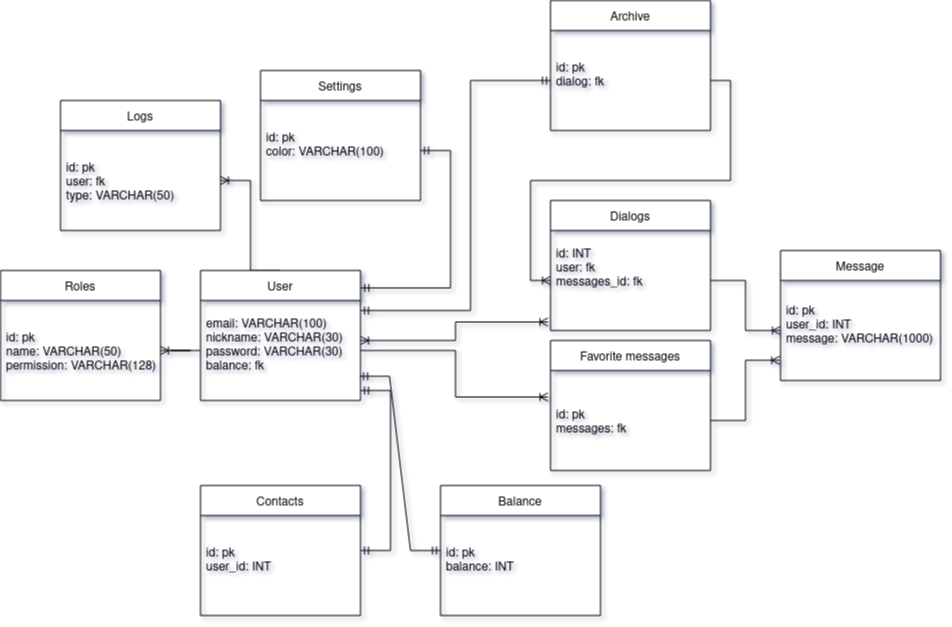
This is db_final_scheme.png from Arrkadique/db-Labs, a draw.io export, as it was before one commit. Source tidied: cells renumbered, new cells last; positions are measured from the earlier drawing's top-left corner, leaving out a move shared by most shapes.
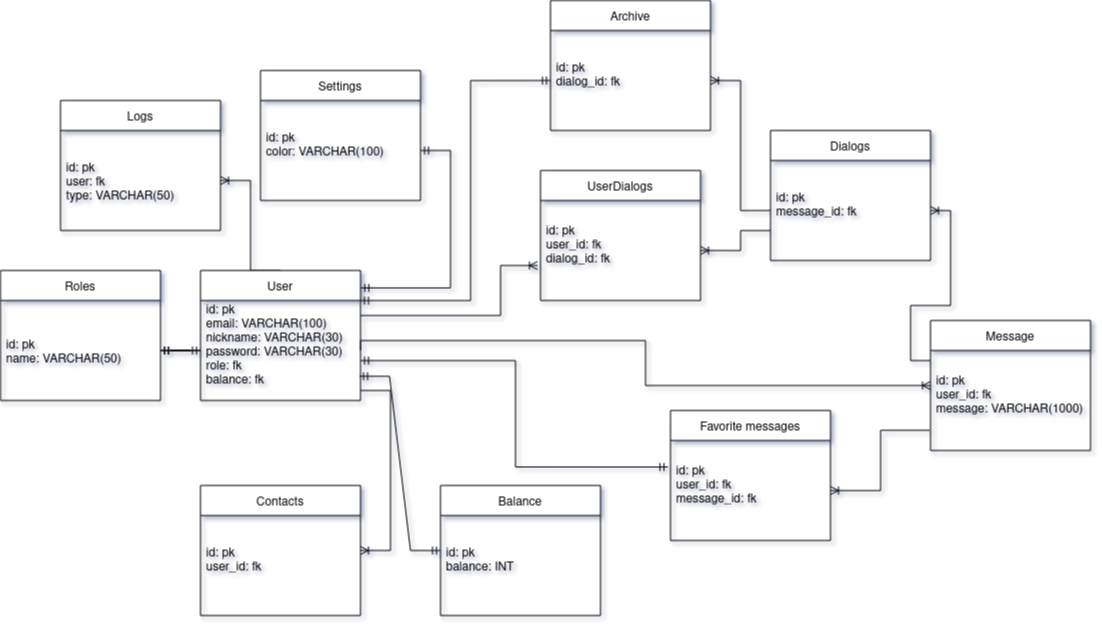
The same diagram one commit later.

Change to the diagram source:
```diff
@@ -8,19 +8,27 @@
     <mxCell id="3" style="edgeStyle=entityRelationEdgeStyle;rounded=0;jettySize=auto;html=1;startArrow=ERmandOne;startFill=0;endArrow=ERmandOne;endFill=0;exitX=1.002;exitY=0.134;exitDx=0;exitDy=0;exitPerimeter=0;" parent="1" edge="1" source="4" target="12">
       <mxGeometry relative="1" as="geometry" />
     </mxCell>
+    <mxCell id="33" style="edgeStyle=orthogonalEdgeStyle;rounded=0;jettySize=auto;html=1;entryX=-0.019;entryY=0.65;entryDx=0;entryDy=0;entryPerimeter=0;startArrow=none;startFill=0;endArrow=ERoneToMany;endFill=0;" parent="1" edge="1" source="4" target="36">
+      <mxGeometry relative="1" as="geometry">
+        <Array as="points">
+          <mxPoint x="500" y="315" />
+          <mxPoint x="500" y="265" />
+        </Array>
+      </mxGeometry>
+    </mxCell>
     <mxCell id="4" value="User" style="swimlane;fontStyle=0;horizontal=1;startSize=30;" parent="1" vertex="1">
       <mxGeometry x="200" y="270" width="160" height="130" as="geometry" />
     </mxCell>
-    <mxCell id="5" value="email: VARCHAR(100)&#10;nickname: VARCHAR(30)&#10;password: VARCHAR(30)&#10;balance: fk&#10;" style="text;strokeColor=none;fillColor=none;align=left;verticalAlign=middle;spacingLeft=4;spacingRight=4;overflow=hidden;points=[[0,0.5],[1,0.5]];portConstraint=eastwest;" parent="4" vertex="1">
+    <mxCell id="5" value="id: pk&#10;email: VARCHAR(100)&#10;nickname: VARCHAR(30)&#10;password: VARCHAR(30)&#10;role: fk&#10;balance: fk&#10;" style="text;strokeColor=none;fillColor=none;align=left;verticalAlign=middle;spacingLeft=4;spacingRight=4;overflow=hidden;points=[[0,0.5],[1,0.5]];portConstraint=eastwest;" parent="4" vertex="1">
       <mxGeometry y="30" width="160" height="100" as="geometry" />
     </mxCell>
     <mxCell id="6" value="Roles" style="swimlane;fontStyle=0;horizontal=1;startSize=30;" parent="1" vertex="1">
       <mxGeometry y="270" width="160" height="130" as="geometry" />
     </mxCell>
-    <mxCell id="7" value="id: pk&#10;name: VARCHAR(50)&#10;permission: VARCHAR(128)" style="text;strokeColor=none;fillColor=none;align=left;verticalAlign=middle;spacingLeft=4;spacingRight=4;overflow=hidden;points=[[0,0.5],[1,0.5]];portConstraint=eastwest;" parent="6" vertex="1">
+    <mxCell id="7" value="id: pk&#10;name: VARCHAR(50)" style="text;strokeColor=none;fillColor=none;align=left;verticalAlign=middle;spacingLeft=4;spacingRight=4;overflow=hidden;points=[[0,0.5],[1,0.5]];portConstraint=eastwest;" parent="6" vertex="1">
       <mxGeometry y="30" width="160" height="100" as="geometry" />
     </mxCell>
-    <mxCell id="8" style="edgeStyle=entityRelationEdgeStyle;rounded=0;jettySize=auto;html=1;startArrow=none;startFill=0;endArrow=ERoneToMany;endFill=0;" parent="1" edge="1" source="5" target="7">
+    <mxCell id="8" style="edgeStyle=entityRelationEdgeStyle;rounded=0;jettySize=auto;html=1;startArrow=none;startFill=0;endArrow=ERmandOne;endFill=0;" parent="1" edge="1" source="5" target="7">
       <mxGeometry relative="1" as="geometry" />
     </mxCell>
     <mxCell id="9" value="Logs" style="swimlane;fontStyle=0;horizontal=1;startSize=30;" parent="1" vertex="1">
@@ -44,66 +52,96 @@
     <mxCell id="15" value="id: pk&#10;balance: INT&#10;" style="text;strokeColor=none;fillColor=none;align=left;verticalAlign=middle;spacingLeft=4;spacingRight=4;overflow=hidden;" parent="14" vertex="1">
       <mxGeometry y="30" width="160" height="100" as="geometry" />
     </mxCell>
-    <mxCell id="16" style="edgeStyle=orthogonalEdgeStyle;rounded=0;jettySize=auto;html=1;entryX=0;entryY=0.5;entryDx=0;entryDy=0;startArrow=none;startFill=0;endArrow=ERoneToMany;endFill=0;exitX=1;exitY=0.5;exitDx=0;exitDy=0;" parent="1" edge="1" source="18" target="23">
+    <mxCell id="16" style="edgeStyle=orthogonalEdgeStyle;rounded=0;jettySize=auto;html=1;entryX=0;entryY=0.5;entryDx=0;entryDy=0;startArrow=ERoneToMany;startFill=0;endArrow=none;endFill=0;exitX=1;exitY=0.5;exitDx=0;exitDy=0;" parent="1" edge="1" source="18" target="23">
       <mxGeometry relative="1" as="geometry" />
     </mxCell>
     <mxCell id="17" value="Archive" style="swimlane;fontStyle=0;horizontal=1;startSize=30;" parent="1" vertex="1">
       <mxGeometry x="550" width="160" height="130" as="geometry" />
     </mxCell>
-    <mxCell id="18" value="id: pk&#10;dialog: fk&#10;" style="text;strokeColor=none;fillColor=none;align=left;verticalAlign=middle;spacingLeft=4;spacingRight=4;overflow=hidden;points=[[0,0.5],[1,0.5]];portConstraint=eastwest;" parent="17" vertex="1">
+    <mxCell id="18" value="id: pk&#10;dialog_id: fk&#10;" style="text;strokeColor=none;fillColor=none;align=left;verticalAlign=middle;spacingLeft=4;spacingRight=4;overflow=hidden;points=[[0,0.5],[1,0.5]];portConstraint=eastwest;" parent="17" vertex="1">
       <mxGeometry y="30" width="160" height="100" as="geometry" />
     </mxCell>
-    <mxCell id="19" style="edgeStyle=entityRelationEdgeStyle;rounded=0;jettySize=auto;html=1;entryX=1;entryY=0.9;entryDx=0;entryDy=0;entryPerimeter=0;startArrow=ERmandOne;startFill=0;endArrow=ERmandOne;endFill=0;" parent="1" edge="1" source="20" target="5">
+    <mxCell id="19" style="edgeStyle=entityRelationEdgeStyle;rounded=0;jettySize=auto;html=1;entryX=1;entryY=0.9;entryDx=0;entryDy=0;entryPerimeter=0;startArrow=ERoneToMany;startFill=0;endArrow=none;endFill=0;" parent="1" edge="1" source="20" target="5">
       <mxGeometry relative="1" as="geometry" />
     </mxCell>
     <mxCell id="20" value="Contacts" style="swimlane;fontStyle=0;horizontal=1;startSize=30;" parent="1" vertex="1">
       <mxGeometry x="200" y="485" width="160" height="130" as="geometry" />
     </mxCell>
-    <mxCell id="21" value="id: pk&#10;user_id: INT&#10;" style="text;strokeColor=none;fillColor=none;align=left;verticalAlign=middle;spacingLeft=4;spacingRight=4;overflow=hidden;" parent="20" vertex="1">
+    <mxCell id="21" value="id: pk&#10;user_id: fk&#10;" style="text;strokeColor=none;fillColor=none;align=left;verticalAlign=middle;spacingLeft=4;spacingRight=4;overflow=hidden;" parent="20" vertex="1">
       <mxGeometry y="30" width="160" height="100" as="geometry" />
     </mxCell>
     <mxCell id="22" value="Dialogs" style="swimlane;fontStyle=0;horizontal=1;startSize=30;" parent="1" vertex="1">
-      <mxGeometry x="550" y="200" width="160" height="130" as="geometry" />
+      <mxGeometry x="770" y="130" width="160" height="130" as="geometry" />
     </mxCell>
-    <mxCell id="23" value="id: INT &#10;user: fk&#10;messages_id: fk&#10;&#10;" style="text;strokeColor=none;fillColor=none;align=left;verticalAlign=middle;spacingLeft=4;spacingRight=4;overflow=hidden;points=[[0,0.5],[1,0.5]];portConstraint=eastwest;" parent="22" vertex="1">
+    <mxCell id="23" value="id: pk&#10;message_id: fk&#10;" style="text;strokeColor=none;fillColor=none;align=left;verticalAlign=middle;spacingLeft=4;spacingRight=4;overflow=hidden;points=[[0,0.5],[1,0.5]];portConstraint=eastwest;" parent="22" vertex="1">
       <mxGeometry y="30" width="160" height="100" as="geometry" />
     </mxCell>
     <mxCell id="24" value="Favorite messages" style="swimlane;fontStyle=0;horizontal=1;startSize=30;" parent="1" vertex="1">
-      <mxGeometry x="550" y="340" width="160" height="130" as="geometry" />
+      <mxGeometry x="670" y="410" width="160" height="130" as="geometry" />
     </mxCell>
-    <mxCell id="25" value="id: pk&#10;messages: fk" style="text;strokeColor=none;fillColor=none;align=left;verticalAlign=middle;spacingLeft=4;spacingRight=4;overflow=hidden;points=[[0,0.5],[1,0.5]];portConstraint=eastwest;" parent="24" vertex="1">
+    <mxCell id="25" value="id: pk&#10;user_id: fk&#10;message_id: fk&#10;" style="text;strokeColor=none;fillColor=none;align=left;verticalAlign=middle;spacingLeft=4;spacingRight=4;overflow=hidden;points=[[0,0.5],[1,0.5]];portConstraint=eastwest;" parent="24" vertex="1">
       <mxGeometry y="30" width="160" height="100" as="geometry" />
     </mxCell>
+    <mxCell id="34" style="edgeStyle=orthogonalEdgeStyle;rounded=0;jettySize=auto;html=1;entryX=1;entryY=0.5;entryDx=0;entryDy=0;startArrow=ERoneToMany;startFill=0;endArrow=none;endFill=0;" parent="1" edge="1" source="26" target="5">
+      <mxGeometry relative="1" as="geometry">
+        <Array as="points">
+          <mxPoint x="645" y="385" />
+          <mxPoint x="645" y="340" />
+          <mxPoint x="360" y="340" />
+        </Array>
+      </mxGeometry>
+    </mxCell>
     <mxCell id="26" value="Message" style="swimlane;fontStyle=0;horizontal=1;startSize=30;" parent="1" vertex="1">
-      <mxGeometry x="780" y="250" width="160" height="130" as="geometry" />
+      <mxGeometry x="930" y="320" width="160" height="130" as="geometry" />
     </mxCell>
-    <mxCell id="27" value="id: pk&#10;user_id: INT&#10;message: VARCHAR(1000)&#10;" style="text;strokeColor=none;fillColor=none;align=left;verticalAlign=middle;spacingLeft=4;spacingRight=4;overflow=hidden;points=[[0,0.5],[1,0.5]];portConstraint=eastwest;" parent="26" vertex="1">
+    <mxCell id="27" value="id: pk&#10;user_id: fk&#10;message: VARCHAR(1000)&#10;" style="text;strokeColor=none;fillColor=none;align=left;verticalAlign=middle;spacingLeft=4;spacingRight=4;overflow=hidden;points=[[0,0.5],[1,0.5]];portConstraint=eastwest;" parent="26" vertex="1">
       <mxGeometry y="30" width="160" height="100" as="geometry" />
     </mxCell>
     <mxCell id="28" style="edgeStyle=orthogonalEdgeStyle;rounded=0;jettySize=auto;html=1;entryX=0;entryY=0.5;entryDx=0;entryDy=0;startArrow=ERmandOne;startFill=0;endArrow=ERmandOne;endFill=0;" parent="1" edge="1" source="5" target="18">
       <mxGeometry relative="1" as="geometry">
         <Array as="points">
-          <mxPoint x="470" y="310" />
+          <mxPoint x="470" y="300" />
           <mxPoint x="470" y="80" />
         </Array>
       </mxGeometry>
     </mxCell>
-    <mxCell id="29" style="edgeStyle=orthogonalEdgeStyle;rounded=0;jettySize=auto;html=1;startArrow=none;startFill=0;endArrow=ERoneToMany;endFill=0;" parent="1" edge="1" source="23" target="27">
-      <mxGeometry relative="1" as="geometry" />
+    <mxCell id="29" style="edgeStyle=orthogonalEdgeStyle;rounded=0;jettySize=auto;html=1;startArrow=ERoneToMany;startFill=0;endArrow=none;endFill=0;" parent="1" edge="1" source="23" target="27">
+      <mxGeometry relative="1" as="geometry">
+        <Array as="points">
+          <mxPoint x="950" y="210" />
+          <mxPoint x="950" y="305" />
+          <mxPoint x="910" y="305" />
+          <mxPoint x="910" y="360" />
+        </Array>
+      </mxGeometry>
     </mxCell>
-    <mxCell id="30" style="edgeStyle=orthogonalEdgeStyle;rounded=0;jettySize=auto;html=1;entryX=-0.005;entryY=0.798;entryDx=0;entryDy=0;entryPerimeter=0;startArrow=none;startFill=0;endArrow=ERoneToMany;endFill=0;" parent="1" edge="1" source="25" target="27">
+    <mxCell id="30" style="edgeStyle=orthogonalEdgeStyle;rounded=0;jettySize=auto;html=1;entryX=-0.005;entryY=0.798;entryDx=0;entryDy=0;entryPerimeter=0;startArrow=ERoneToMany;startFill=0;endArrow=none;endFill=0;" parent="1" edge="1" source="25" target="27">
       <mxGeometry relative="1" as="geometry" />
     </mxCell>
-    <mxCell id="31" style="edgeStyle=orthogonalEdgeStyle;rounded=0;jettySize=auto;html=1;entryX=-0.016;entryY=0.915;entryDx=0;entryDy=0;entryPerimeter=0;startArrow=ERoneToMany;startFill=0;endArrow=ERoneToMany;endFill=0;" parent="1" edge="1" source="5" target="23">
-      <mxGeometry relative="1" as="geometry">
-        <Array as="points">
-          <mxPoint x="455" y="340" />
-          <mxPoint x="455" y="322" />
-        </Array>
-      </mxGeometry>
-    </mxCell>
-    <mxCell id="32" style="edgeStyle=orthogonalEdgeStyle;rounded=0;jettySize=auto;html=1;entryX=-0.016;entryY=0.265;entryDx=0;entryDy=0;entryPerimeter=0;startArrow=none;startFill=0;endArrow=ERoneToMany;endFill=0;" parent="1" edge="1" source="5" target="25">
-      <mxGeometry relative="1" as="geometry" />
+    <mxCell id="32" style="edgeStyle=orthogonalEdgeStyle;rounded=0;jettySize=auto;html=1;entryX=-0.016;entryY=0.265;entryDx=0;entryDy=0;entryPerimeter=0;startArrow=ERmandOne;startFill=0;endArrow=ERmandOne;endFill=0;" parent="1" edge="1" source="5" target="25">
+      <mxGeometry relative="1" as="geometry">
+        <Array as="points">
+          <mxPoint x="515" y="360" />
+          <mxPoint x="515" y="467" />
+        </Array>
+      </mxGeometry>
     </mxCell>
+    <mxCell id="35" value="UserDialogs" style="swimlane;fontStyle=0;horizontal=1;startSize=30;" parent="1" vertex="1">
+      <mxGeometry x="540" y="170" width="160" height="130" as="geometry" />
+    </mxCell>
+    <mxCell id="36" value="id: pk &#10;user_id: fk&#10;dialog_id: fk&#10;" style="text;strokeColor=none;fillColor=none;align=left;verticalAlign=middle;spacingLeft=4;spacingRight=4;overflow=hidden;points=[[0,0.5],[1,0.5]];portConstraint=eastwest;" parent="35" vertex="1">
+      <mxGeometry y="30" width="160" height="100" as="geometry" />
+    </mxCell>
+    <mxCell id="37" style="edgeStyle=orthogonalEdgeStyle;rounded=0;jettySize=auto;html=1;entryX=1;entryY=0.5;entryDx=0;entryDy=0;startArrow=none;startFill=0;endArrow=ERoneToMany;endFill=0;" parent="1" edge="1" source="23" target="36">
+      <mxGeometry relative="1" as="geometry">
+        <Array as="points">
+          <mxPoint x="740" y="230" />
+          <mxPoint x="740" y="250" />
+        </Array>
+      </mxGeometry>
+    </mxCell>
+    <mxCell id="38" style="edgeStyle=orthogonalEdgeStyle;rounded=0;jettySize=auto;html=1;startArrow=ERmandOne;startFill=0;endArrow=ERmandOne;endFill=0;" parent="1" edge="1" source="5" target="7">
+      <mxGeometry relative="1" as="geometry" />
+    </mxCell>
   </root>
 </mxGraphModel>
```
